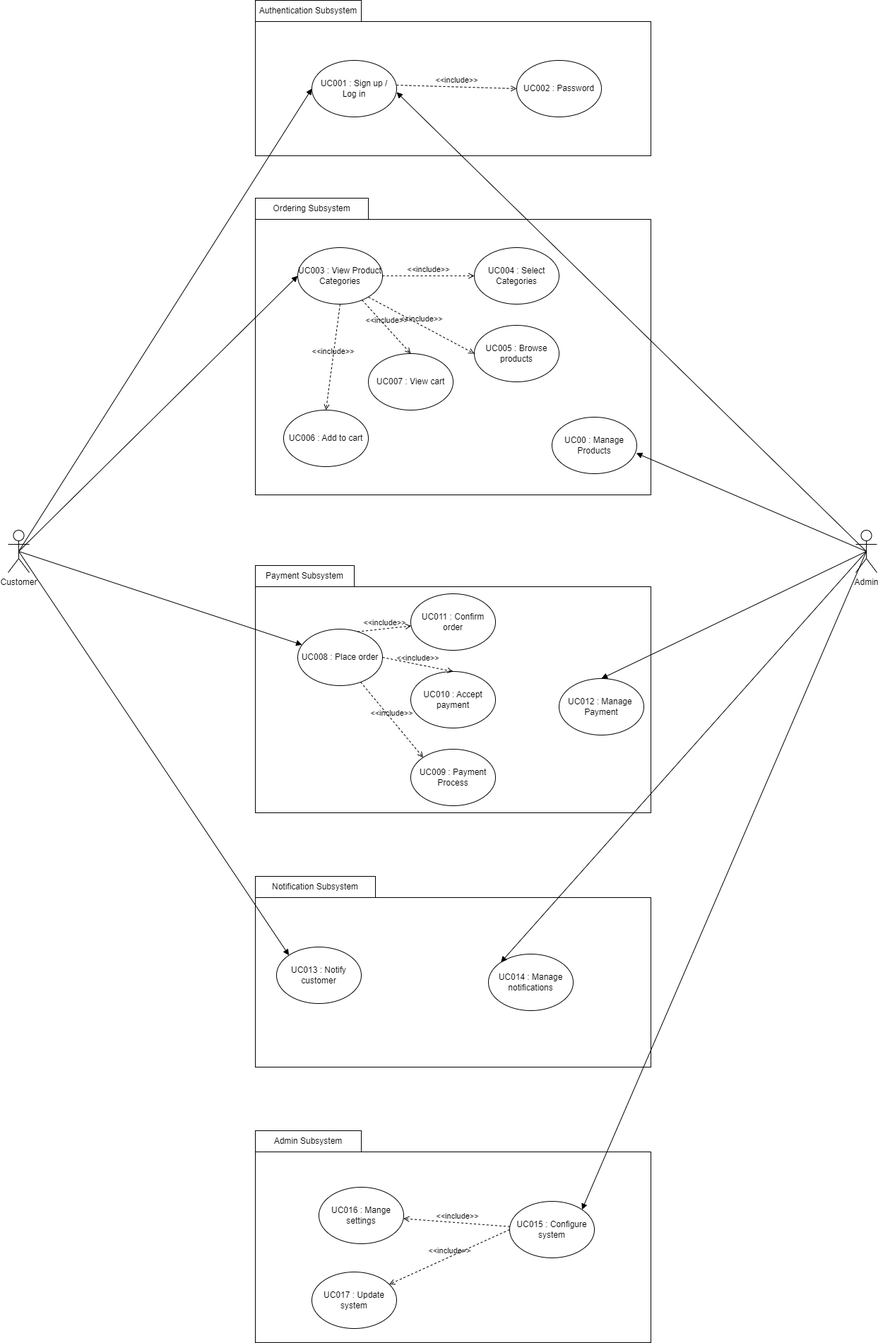
The draw.io diagram proposal/submission/sec02/Allen/diagram.png in drshahizan/software-engineering, before a commit. Source tidied: cells renumbered, new cells last; positions are measured from the earlier drawing's top-left corner, leaving out a move shared by most shapes.
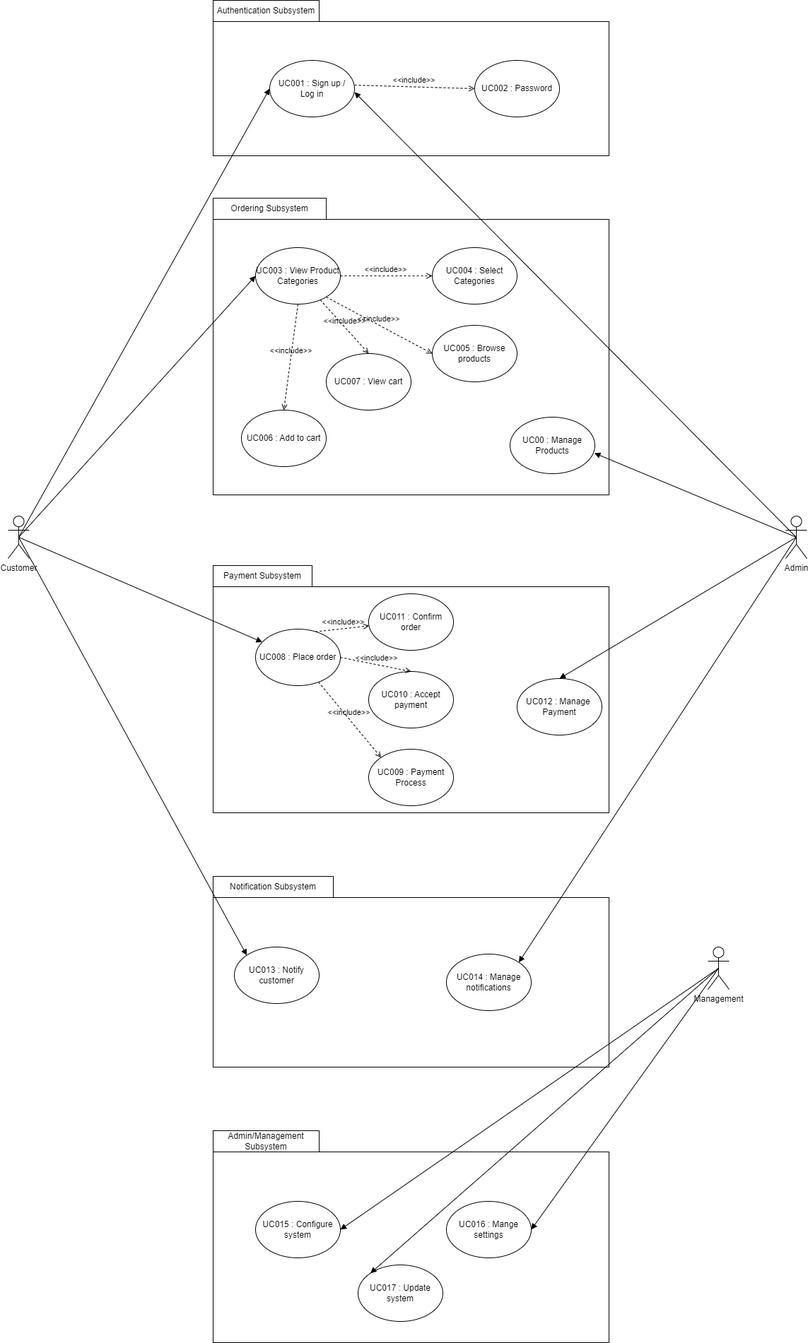
Later version of the same file.

What changed in the source:
```diff
@@ -77,23 +77,23 @@
     <mxCell id="26" style="edgeStyle=none;html=1;" parent="1" edge="1" source="27" target="25">
       <mxGeometry relative="1" as="geometry" />
     </mxCell>
-    <mxCell id="27" value="Admin Subsystem" style="rounded=0;whiteSpace=wrap;html=1;" parent="1" vertex="1">
+    <mxCell id="27" value="Admin/Management Subsystem" style="rounded=0;whiteSpace=wrap;html=1;" parent="1" vertex="1">
       <mxGeometry x="350" y="1600" width="150" height="30" as="geometry" />
     </mxCell>
     <mxCell id="28" value="UC015 : Configure system" style="ellipse;whiteSpace=wrap;html=1;" parent="1" vertex="1">
-      <mxGeometry x="710" y="1700" width="120" height="80" as="geometry" />
+      <mxGeometry x="410" y="1700" width="120" height="80" as="geometry" />
     </mxCell>
     <mxCell id="29" value="UC016 : Mange settings" style="ellipse;whiteSpace=wrap;html=1;" parent="1" vertex="1">
-      <mxGeometry x="440" y="1680" width="120" height="80" as="geometry" />
+      <mxGeometry x="680" y="1700" width="120" height="80" as="geometry" />
     </mxCell>
     <mxCell id="30" value="UC017 : Update system" style="ellipse;whiteSpace=wrap;html=1;" parent="1" vertex="1">
-      <mxGeometry x="430" y="1800" width="120" height="80" as="geometry" />
+      <mxGeometry x="555" y="1790" width="120" height="80" as="geometry" />
     </mxCell>
     <mxCell id="31" value="Customer&lt;br&gt;" style="shape=umlActor;verticalLabelPosition=bottom;verticalAlign=top;html=1;outlineConnect=0;" parent="1" vertex="1">
-      <mxGeometry y="750" width="30" height="60" as="geometry" />
+      <mxGeometry x="60" y="730" width="30" height="60" as="geometry" />
     </mxCell>
     <mxCell id="32" value="Admin" style="shape=umlActor;verticalLabelPosition=bottom;verticalAlign=top;html=1;outlineConnect=0;" parent="1" vertex="1">
-      <mxGeometry x="1200" y="750" width="30" height="60" as="geometry" />
+      <mxGeometry x="1160" y="730" width="30" height="60" as="geometry" />
     </mxCell>
     <mxCell id="33" style="html=1;verticalAlign=bottom;labelBackgroundColor=none;endArrow=block;endFill=1;entryX=0;entryY=0.5;entryDx=0;entryDy=0;exitX=0.5;exitY=0.5;exitDx=0;exitDy=0;exitPerimeter=0;" parent="1" edge="1" source="31" target="4">
       <mxGeometry relative="1" as="geometry" />
@@ -148,17 +148,20 @@
     <mxCell id="47" style="html=1;verticalAlign=bottom;labelBackgroundColor=none;endArrow=block;endFill=1;exitX=0.5;exitY=0.5;exitDx=0;exitDy=0;exitPerimeter=0;entryX=0.5;entryY=0;entryDx=0;entryDy=0;" parent="1" edge="1" source="32" target="20">
       <mxGeometry relative="1" as="geometry" />
     </mxCell>
-    <mxCell id="48" style="html=1;verticalAlign=bottom;labelBackgroundColor=none;endArrow=block;endFill=1;exitX=0.5;exitY=0.5;exitDx=0;exitDy=0;exitPerimeter=0;entryX=0;entryY=0;entryDx=0;entryDy=0;" parent="1" edge="1" source="32" target="24">
+    <mxCell id="48" style="html=1;verticalAlign=bottom;labelBackgroundColor=none;endArrow=block;endFill=1;exitX=0.5;exitY=0.5;exitDx=0;exitDy=0;exitPerimeter=0;entryX=1;entryY=0;entryDx=0;entryDy=0;" parent="1" edge="1" source="32" target="24">
       <mxGeometry relative="1" as="geometry" />
     </mxCell>
-    <mxCell id="49" value="&amp;lt;&amp;lt;include&amp;gt;&amp;gt;" style="html=1;verticalAlign=bottom;labelBackgroundColor=none;endArrow=open;endFill=0;dashed=1;" parent="1" edge="1" source="28" target="29">
-      <mxGeometry relative="1" as="geometry" />
-    </mxCell>
-    <mxCell id="50" value="&amp;lt;&amp;lt;include&amp;gt;&amp;gt;" style="html=1;verticalAlign=bottom;labelBackgroundColor=none;endArrow=open;endFill=0;dashed=1;exitX=0;exitY=0.5;exitDx=0;exitDy=0;" parent="1" edge="1" source="28" target="30">
-      <mxGeometry relative="1" as="geometry" />
-    </mxCell>
-    <mxCell id="51" style="html=1;verticalAlign=bottom;labelBackgroundColor=none;endArrow=block;endFill=1;exitX=0.5;exitY=0.5;exitDx=0;exitDy=0;exitPerimeter=0;entryX=1;entryY=0;entryDx=0;entryDy=0;" parent="1" edge="1" source="32" target="28">
-      <mxGeometry relative="1" as="geometry" />
-    </mxCell>
+    <mxCell id="52" value="Management" style="shape=umlActor;verticalLabelPosition=bottom;verticalAlign=top;html=1;" parent="1" vertex="1">
+      <mxGeometry x="1050" y="1340" width="30" height="60" as="geometry" />
+    </mxCell>
+    <mxCell id="53" style="html=1;verticalAlign=bottom;labelBackgroundColor=none;endArrow=block;endFill=1;exitX=0.5;exitY=0.5;exitDx=0;exitDy=0;exitPerimeter=0;entryX=1;entryY=0.5;entryDx=0;entryDy=0;" parent="1" edge="1" source="52" target="29">
+      <mxGeometry relative="1" as="geometry" />
+    </mxCell>
+    <mxCell id="54" style="html=1;verticalAlign=bottom;labelBackgroundColor=none;endArrow=block;endFill=1;exitX=0.5;exitY=0.5;exitDx=0;exitDy=0;exitPerimeter=0;entryX=0;entryY=0;entryDx=0;entryDy=0;" parent="1" edge="1" source="52" target="30">
+      <mxGeometry relative="1" as="geometry" />
+    </mxCell>
+    <mxCell id="55" style="html=1;verticalAlign=bottom;labelBackgroundColor=none;endArrow=block;endFill=1;exitX=0.5;exitY=0.5;exitDx=0;exitDy=0;exitPerimeter=0;entryX=1;entryY=0.5;entryDx=0;entryDy=0;" parent="1" edge="1" source="52" target="28">
+      <mxGeometry relative="1" as="geometry" />
+    </mxCell>
   </root>
 </mxGraphModel>
```
